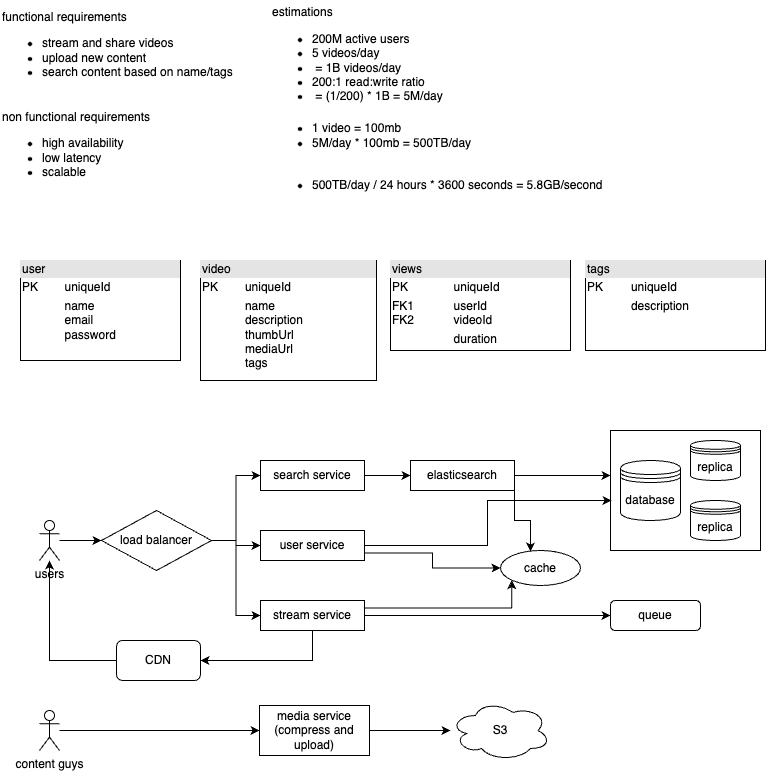
Before: system-designs/netflix.drawio.png, a diagram exported from draw.io (barbs-pm/lld). Source tidied: cells renumbered, new cells last; positions are measured from the earlier drawing's top-left corner, leaving out a move shared by most shapes. Source of this version:
```xml
<mxGraphModel background="#FFFFFF">
  <root>
    <mxCell id="0" />
    <mxCell id="1" parent="0" />
    <mxCell id="2" value="functional requirements&lt;div&gt;&lt;ul&gt;&lt;li&gt;stream and share videos&lt;/li&gt;&lt;li&gt;upload new content&lt;/li&gt;&lt;li&gt;search content based on name/tags&lt;/li&gt;&lt;/ul&gt;&lt;/div&gt;" style="text;html=1;align=left;verticalAlign=middle;strokeColor=none;fillColor=none;" parent="1" vertex="1">
      <mxGeometry width="250" height="100" as="geometry" />
    </mxCell>
    <mxCell id="3" value="non functional requirements&lt;div&gt;&lt;ul&gt;&lt;li&gt;&lt;span style=&quot;background-color: initial;&quot;&gt;high availability&lt;/span&gt;&lt;/li&gt;&lt;li&gt;low latency&lt;/li&gt;&lt;li&gt;scalable&lt;/li&gt;&lt;/ul&gt;&lt;/div&gt;" style="text;html=1;align=left;verticalAlign=middle;strokeColor=none;fillColor=none;" parent="1" vertex="1">
      <mxGeometry y="100" width="170" height="100" as="geometry" />
    </mxCell>
    <mxCell id="4" value="estimations&lt;div&gt;&lt;ul&gt;&lt;li&gt;200M active users&lt;/li&gt;&lt;li&gt;5 videos/day&lt;/li&gt;&lt;li&gt;&amp;nbsp;= 1B videos/day&lt;/li&gt;&lt;li&gt;200:1 read:write ratio&lt;/li&gt;&lt;li&gt;&amp;nbsp;= (1/200) * 1B = 5M/day&lt;/li&gt;&lt;/ul&gt;&lt;/div&gt;" style="text;html=1;align=left;verticalAlign=middle;strokeColor=none;fillColor=none;" parent="1" vertex="1">
      <mxGeometry x="270" width="190" height="120" as="geometry" />
    </mxCell>
    <mxCell id="5" value="&lt;ul&gt;&lt;li&gt;1 video = 100mb&lt;/li&gt;&lt;li&gt;5M/day * 100mb = 500TB/day&lt;br&gt;&lt;/li&gt;&lt;/ul&gt;" style="text;html=1;align=left;verticalAlign=middle;strokeColor=none;fillColor=none;" parent="1" vertex="1">
      <mxGeometry x="270" y="100" width="220" height="70" as="geometry" />
    </mxCell>
    <mxCell id="6" value="&lt;ul&gt;&lt;li&gt;&lt;span style=&quot;background-color: initial;&quot;&gt;500TB/day / 24 hours * 3600 seconds = 5.8GB/second&lt;/span&gt;&lt;/li&gt;&lt;/ul&gt;" style="text;html=1;align=left;verticalAlign=middle;strokeColor=none;fillColor=none;" parent="1" vertex="1">
      <mxGeometry x="270" y="160" width="350" height="50" as="geometry" />
    </mxCell>
    <mxCell id="7" value="&lt;div style=&quot;box-sizing:border-box;width:100%;background:#e4e4e4;padding:2px;&quot;&gt;user&lt;/div&gt;&lt;table style=&quot;width:100%;font-size:1em;&quot; cellpadding=&quot;2&quot; cellspacing=&quot;0&quot;&gt;&lt;tbody&gt;&lt;tr&gt;&lt;td&gt;PK&lt;/td&gt;&lt;td&gt;uniqueId&lt;/td&gt;&lt;/tr&gt;&lt;tr&gt;&lt;td&gt;&lt;br&gt;&lt;/td&gt;&lt;td&gt;name&lt;br&gt;email&lt;br&gt;password&lt;/td&gt;&lt;/tr&gt;&lt;tr&gt;&lt;td&gt;&lt;/td&gt;&lt;td&gt;&lt;br&gt;&lt;/td&gt;&lt;/tr&gt;&lt;/tbody&gt;&lt;/table&gt;" style="verticalAlign=top;align=left;overflow=fill;html=1;whiteSpace=wrap;" parent="1" vertex="1">
      <mxGeometry x="20" y="260" width="160" height="100" as="geometry" />
    </mxCell>
    <mxCell id="8" value="&lt;div style=&quot;box-sizing:border-box;width:100%;background:#e4e4e4;padding:2px;&quot;&gt;video&lt;/div&gt;&lt;table style=&quot;width:100%;font-size:1em;&quot; cellpadding=&quot;2&quot; cellspacing=&quot;0&quot;&gt;&lt;tbody&gt;&lt;tr&gt;&lt;td&gt;PK&lt;/td&gt;&lt;td&gt;uniqueId&lt;/td&gt;&lt;/tr&gt;&lt;tr&gt;&lt;td&gt;&lt;br&gt;&lt;/td&gt;&lt;td&gt;name&lt;br&gt;description&lt;br&gt;thumbUrl&lt;br&gt;mediaUrl&lt;br&gt;tags&lt;br&gt;&lt;br&gt;&lt;/td&gt;&lt;/tr&gt;&lt;tr&gt;&lt;td&gt;&lt;/td&gt;&lt;td&gt;&lt;br&gt;&lt;/td&gt;&lt;/tr&gt;&lt;/tbody&gt;&lt;/table&gt;" style="verticalAlign=top;align=left;overflow=fill;html=1;whiteSpace=wrap;" parent="1" vertex="1">
      <mxGeometry x="200" y="260" width="176" height="120" as="geometry" />
    </mxCell>
    <mxCell id="9" value="&lt;div style=&quot;box-sizing:border-box;width:100%;background:#e4e4e4;padding:2px;&quot;&gt;views&lt;/div&gt;&lt;table style=&quot;width:100%;font-size:1em;&quot; cellpadding=&quot;2&quot; cellspacing=&quot;0&quot;&gt;&lt;tbody&gt;&lt;tr&gt;&lt;td&gt;PK&lt;/td&gt;&lt;td&gt;uniqueId&lt;/td&gt;&lt;/tr&gt;&lt;tr&gt;&lt;td&gt;FK1&lt;br&gt;FK2&lt;/td&gt;&lt;td&gt;userId&lt;br&gt;videoId&lt;/td&gt;&lt;/tr&gt;&lt;tr&gt;&lt;td&gt;&lt;/td&gt;&lt;td&gt;duration&lt;/td&gt;&lt;/tr&gt;&lt;/tbody&gt;&lt;/table&gt;" style="verticalAlign=top;align=left;overflow=fill;html=1;whiteSpace=wrap;" parent="1" vertex="1">
      <mxGeometry x="390" y="260" width="180" height="90" as="geometry" />
    </mxCell>
    <mxCell id="10" value="&lt;div style=&quot;box-sizing:border-box;width:100%;background:#e4e4e4;padding:2px;&quot;&gt;tags&lt;/div&gt;&lt;table style=&quot;width:100%;font-size:1em;&quot; cellpadding=&quot;2&quot; cellspacing=&quot;0&quot;&gt;&lt;tbody&gt;&lt;tr&gt;&lt;td&gt;PK&lt;/td&gt;&lt;td&gt;uniqueId&lt;/td&gt;&lt;/tr&gt;&lt;tr&gt;&lt;td&gt;&lt;br&gt;&lt;/td&gt;&lt;td&gt;description&lt;/td&gt;&lt;/tr&gt;&lt;tr&gt;&lt;td&gt;&lt;/td&gt;&lt;td&gt;&lt;br&gt;&lt;/td&gt;&lt;/tr&gt;&lt;/tbody&gt;&lt;/table&gt;" style="verticalAlign=top;align=left;overflow=fill;html=1;whiteSpace=wrap;" parent="1" vertex="1">
      <mxGeometry x="585" y="260" width="180" height="90" as="geometry" />
    </mxCell>
    <mxCell id="11" style="edgeStyle=orthogonalEdgeStyle;rounded=0;jettySize=auto;html=1;" parent="1" edge="1" source="12" target="16">
      <mxGeometry relative="1" as="geometry" />
    </mxCell>
    <mxCell id="12" value="users" style="shape=umlActor;verticalLabelPosition=bottom;verticalAlign=top;html=1;" parent="1" vertex="1">
      <mxGeometry x="39" y="520" width="20" height="40" as="geometry" />
    </mxCell>
    <mxCell id="13" style="edgeStyle=orthogonalEdgeStyle;rounded=0;jettySize=auto;html=1;exitX=1;exitY=0.5;exitDx=0;exitDy=0;entryX=0;entryY=0.5;entryDx=0;entryDy=0;" parent="1" edge="1" source="16" target="18">
      <mxGeometry relative="1" as="geometry" />
    </mxCell>
    <mxCell id="14" style="edgeStyle=orthogonalEdgeStyle;rounded=0;jettySize=auto;html=1;exitX=1;exitY=0.5;exitDx=0;exitDy=0;" parent="1" edge="1" source="16" target="20">
      <mxGeometry relative="1" as="geometry" />
    </mxCell>
    <mxCell id="15" style="edgeStyle=orthogonalEdgeStyle;rounded=0;jettySize=auto;html=1;exitX=1;exitY=0.5;exitDx=0;exitDy=0;entryX=0;entryY=0.5;entryDx=0;entryDy=0;" parent="1" edge="1" source="16" target="24">
      <mxGeometry relative="1" as="geometry" />
    </mxCell>
    <mxCell id="16" value="load balancer" style="rhombus;whiteSpace=wrap;html=1;verticalAlign=middle;" parent="1" vertex="1">
      <mxGeometry x="101" y="510" width="110" height="60" as="geometry" />
    </mxCell>
    <mxCell id="17" style="edgeStyle=orthogonalEdgeStyle;rounded=0;jettySize=auto;html=1;" parent="1" edge="1" source="18" target="25">
      <mxGeometry relative="1" as="geometry" />
    </mxCell>
    <mxCell id="18" value="search service" style="whiteSpace=wrap;html=1;" parent="1" vertex="1">
      <mxGeometry x="260" y="460" width="104" height="30" as="geometry" />
    </mxCell>
    <mxCell id="19" style="edgeStyle=orthogonalEdgeStyle;rounded=0;jettySize=auto;html=1;exitX=1;exitY=0.75;exitDx=0;exitDy=0;" parent="1" edge="1" source="20" target="32">
      <mxGeometry relative="1" as="geometry" />
    </mxCell>
    <mxCell id="20" value="user service" style="whiteSpace=wrap;html=1;" parent="1" vertex="1">
      <mxGeometry x="260" y="530" width="104" height="30" as="geometry" />
    </mxCell>
    <mxCell id="21" style="edgeStyle=orthogonalEdgeStyle;rounded=0;jettySize=auto;html=1;" parent="1" edge="1" source="24" target="34">
      <mxGeometry relative="1" as="geometry" />
    </mxCell>
    <mxCell id="22" style="edgeStyle=orthogonalEdgeStyle;rounded=0;jettySize=auto;html=1;exitX=1;exitY=0.25;exitDx=0;exitDy=0;entryX=0;entryY=1;entryDx=0;entryDy=0;" parent="1" edge="1" source="24" target="32">
      <mxGeometry relative="1" as="geometry" />
    </mxCell>
    <mxCell id="23" style="edgeStyle=orthogonalEdgeStyle;rounded=0;jettySize=auto;html=1;exitX=0.5;exitY=1;exitDx=0;exitDy=0;entryX=1;entryY=0.5;entryDx=0;entryDy=0;" parent="1" edge="1" source="24" target="42">
      <mxGeometry relative="1" as="geometry" />
    </mxCell>
    <mxCell id="24" value="stream service" style="whiteSpace=wrap;html=1;" parent="1" vertex="1">
      <mxGeometry x="260" y="600" width="104" height="30" as="geometry" />
    </mxCell>
    <mxCell id="25" value="elasticsearch" style="whiteSpace=wrap;html=1;" parent="1" vertex="1">
      <mxGeometry x="410" y="460" width="104" height="30" as="geometry" />
    </mxCell>
    <mxCell id="26" style="html=1;whiteSpace=wrap;" parent="1" vertex="1">
      <mxGeometry x="610" y="430" width="150" height="120" as="geometry" />
    </mxCell>
    <mxCell id="27" value="replica" style="shape=datastore;whiteSpace=wrap;html=1;" parent="1" vertex="1">
      <mxGeometry x="690" y="440" width="50" height="40" as="geometry" />
    </mxCell>
    <mxCell id="28" value="database" style="shape=datastore;whiteSpace=wrap;html=1;" parent="1" vertex="1">
      <mxGeometry x="620" y="460" width="60" height="60" as="geometry" />
    </mxCell>
    <mxCell id="29" value="replica" style="shape=datastore;whiteSpace=wrap;html=1;" parent="1" vertex="1">
      <mxGeometry x="690" y="500" width="50" height="40" as="geometry" />
    </mxCell>
    <mxCell id="30" style="edgeStyle=orthogonalEdgeStyle;rounded=0;jettySize=auto;html=1;exitX=1;exitY=0.5;exitDx=0;exitDy=0;entryX=0;entryY=0.375;entryDx=0;entryDy=0;entryPerimeter=0;" parent="1" edge="1" source="25" target="26">
      <mxGeometry relative="1" as="geometry" />
    </mxCell>
    <mxCell id="31" style="edgeStyle=orthogonalEdgeStyle;rounded=0;jettySize=auto;html=1;exitX=1;exitY=0.5;exitDx=0;exitDy=0;entryX=0.007;entryY=0.583;entryDx=0;entryDy=0;entryPerimeter=0;" parent="1" edge="1" source="20" target="26">
      <mxGeometry relative="1" as="geometry" />
    </mxCell>
    <mxCell id="32" value="cache" style="ellipse;whiteSpace=wrap;html=1;align=center;" parent="1" vertex="1">
      <mxGeometry x="500" y="550" width="80" height="35" as="geometry" />
    </mxCell>
    <mxCell id="33" value="S3" style="ellipse;shape=cloud;whiteSpace=wrap;html=1;align=center;" parent="1" vertex="1">
      <mxGeometry x="450" y="700" width="100" height="60" as="geometry" />
    </mxCell>
    <mxCell id="34" value="queue" style="rounded=1;whiteSpace=wrap;html=1;" parent="1" vertex="1">
      <mxGeometry x="610" y="600" width="90" height="30" as="geometry" />
    </mxCell>
    <mxCell id="35" style="edgeStyle=orthogonalEdgeStyle;rounded=0;jettySize=auto;html=1;" parent="1" edge="1" source="36" target="33">
      <mxGeometry relative="1" as="geometry" />
    </mxCell>
    <mxCell id="36" value="media service (compress and upload)" style="whiteSpace=wrap;html=1;" parent="1" vertex="1">
      <mxGeometry x="259" y="705" width="110" height="50" as="geometry" />
    </mxCell>
    <mxCell id="37" style="edgeStyle=orthogonalEdgeStyle;rounded=0;jettySize=auto;html=1;" parent="1" edge="1" source="38" target="36">
      <mxGeometry relative="1" as="geometry" />
    </mxCell>
    <mxCell id="38" value="content guys" style="shape=umlActor;verticalLabelPosition=bottom;verticalAlign=top;html=1;" parent="1" vertex="1">
      <mxGeometry x="39" y="710" width="20" height="40" as="geometry" />
    </mxCell>
    <mxCell id="39" style="edgeStyle=orthogonalEdgeStyle;rounded=0;jettySize=auto;html=1;exitX=1;exitY=1;exitDx=0;exitDy=0;entryX=0.375;entryY=0.029;entryDx=0;entryDy=0;entryPerimeter=0;" parent="1" edge="1" source="25" target="32">
      <mxGeometry relative="1" as="geometry" />
    </mxCell>
    <mxCell id="40" style="edgeStyle=orthogonalEdgeStyle;rounded=0;orthogonalLoop=1;jettySize=auto;html=1;exitX=0.5;exitY=1;exitDx=0;exitDy=0;" parent="1" edge="1" source="24" target="24">
      <mxGeometry relative="1" as="geometry" />
    </mxCell>
    <mxCell id="41" style="edgeStyle=orthogonalEdgeStyle;rounded=0;jettySize=auto;html=1;exitX=0;exitY=0.5;exitDx=0;exitDy=0;" parent="1" edge="1" source="42" target="12">
      <mxGeometry relative="1" as="geometry" />
    </mxCell>
    <mxCell id="42" value="CDN" style="rounded=1;whiteSpace=wrap;html=1;" parent="1" vertex="1">
      <mxGeometry x="116" y="640" width="84" height="40" as="geometry" />
    </mxCell>
  </root>
</mxGraphModel>
```
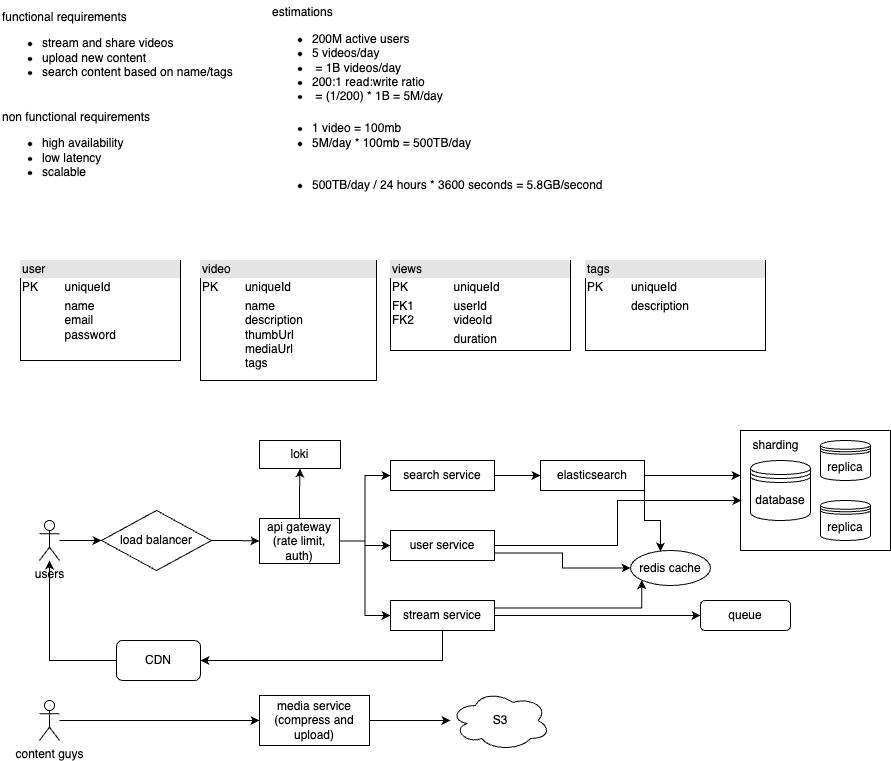
After the commit.

Commit message:
:sparkles: add loki + sharding

The edit, as a diff of the source:
```diff
@@ -35,15 +35,9 @@
     <mxCell id="12" value="users" style="shape=umlActor;verticalLabelPosition=bottom;verticalAlign=top;html=1;" parent="1" vertex="1">
       <mxGeometry x="39" y="520" width="20" height="40" as="geometry" />
     </mxCell>
-    <mxCell id="13" style="edgeStyle=orthogonalEdgeStyle;rounded=0;jettySize=auto;html=1;exitX=1;exitY=0.5;exitDx=0;exitDy=0;entryX=0;entryY=0.5;entryDx=0;entryDy=0;" parent="1" edge="1" source="16" target="18">
-      <mxGeometry relative="1" as="geometry" />
-    </mxCell>
-    <mxCell id="14" style="edgeStyle=orthogonalEdgeStyle;rounded=0;jettySize=auto;html=1;exitX=1;exitY=0.5;exitDx=0;exitDy=0;" parent="1" edge="1" source="16" target="20">
-      <mxGeometry relative="1" as="geometry" />
-    </mxCell>
-    <mxCell id="15" style="edgeStyle=orthogonalEdgeStyle;rounded=0;jettySize=auto;html=1;exitX=1;exitY=0.5;exitDx=0;exitDy=0;entryX=0;entryY=0.5;entryDx=0;entryDy=0;" parent="1" edge="1" source="16" target="24">
-      <mxGeometry relative="1" as="geometry" />
-    </mxCell>
+    <mxCell id="43" style="edgeStyle=orthogonalEdgeStyle;rounded=0;jettySize=auto;html=1;" parent="1" edge="1" source="16" target="48">
+      <mxGeometry relative="1" as="geometry" />
+    </mxCell>
     <mxCell id="16" value="load balancer" style="rhombus;whiteSpace=wrap;html=1;verticalAlign=middle;" parent="1" vertex="1">
       <mxGeometry x="101" y="510" width="110" height="60" as="geometry" />
     </mxCell>
@@ -51,13 +45,13 @@
       <mxGeometry relative="1" as="geometry" />
     </mxCell>
     <mxCell id="18" value="search service" style="whiteSpace=wrap;html=1;" parent="1" vertex="1">
-      <mxGeometry x="260" y="460" width="104" height="30" as="geometry" />
+      <mxGeometry x="390" y="460" width="104" height="30" as="geometry" />
     </mxCell>
     <mxCell id="19" style="edgeStyle=orthogonalEdgeStyle;rounded=0;jettySize=auto;html=1;exitX=1;exitY=0.75;exitDx=0;exitDy=0;" parent="1" edge="1" source="20" target="32">
       <mxGeometry relative="1" as="geometry" />
     </mxCell>
     <mxCell id="20" value="user service" style="whiteSpace=wrap;html=1;" parent="1" vertex="1">
-      <mxGeometry x="260" y="530" width="104" height="30" as="geometry" />
+      <mxGeometry x="390" y="530" width="104" height="30" as="geometry" />
     </mxCell>
     <mxCell id="21" style="edgeStyle=orthogonalEdgeStyle;rounded=0;jettySize=auto;html=1;" parent="1" edge="1" source="24" target="34">
       <mxGeometry relative="1" as="geometry" />
@@ -69,22 +63,22 @@
       <mxGeometry relative="1" as="geometry" />
     </mxCell>
     <mxCell id="24" value="stream service" style="whiteSpace=wrap;html=1;" parent="1" vertex="1">
-      <mxGeometry x="260" y="600" width="104" height="30" as="geometry" />
+      <mxGeometry x="390" y="600" width="104" height="30" as="geometry" />
     </mxCell>
     <mxCell id="25" value="elasticsearch" style="whiteSpace=wrap;html=1;" parent="1" vertex="1">
-      <mxGeometry x="410" y="460" width="104" height="30" as="geometry" />
+      <mxGeometry x="540" y="460" width="104" height="30" as="geometry" />
     </mxCell>
     <mxCell id="26" style="html=1;whiteSpace=wrap;" parent="1" vertex="1">
-      <mxGeometry x="610" y="430" width="150" height="120" as="geometry" />
+      <mxGeometry x="740" y="430" width="150" height="120" as="geometry" />
     </mxCell>
     <mxCell id="27" value="replica" style="shape=datastore;whiteSpace=wrap;html=1;" parent="1" vertex="1">
-      <mxGeometry x="690" y="440" width="50" height="40" as="geometry" />
+      <mxGeometry x="820" y="440" width="50" height="40" as="geometry" />
     </mxCell>
     <mxCell id="28" value="database" style="shape=datastore;whiteSpace=wrap;html=1;" parent="1" vertex="1">
-      <mxGeometry x="620" y="460" width="60" height="60" as="geometry" />
+      <mxGeometry x="750" y="460" width="60" height="60" as="geometry" />
     </mxCell>
     <mxCell id="29" value="replica" style="shape=datastore;whiteSpace=wrap;html=1;" parent="1" vertex="1">
-      <mxGeometry x="690" y="500" width="50" height="40" as="geometry" />
+      <mxGeometry x="820" y="500" width="50" height="40" as="geometry" />
     </mxCell>
     <mxCell id="30" style="edgeStyle=orthogonalEdgeStyle;rounded=0;jettySize=auto;html=1;exitX=1;exitY=0.5;exitDx=0;exitDy=0;entryX=0;entryY=0.375;entryDx=0;entryDy=0;entryPerimeter=0;" parent="1" edge="1" source="25" target="26">
       <mxGeometry relative="1" as="geometry" />
@@ -92,26 +86,26 @@
     <mxCell id="31" style="edgeStyle=orthogonalEdgeStyle;rounded=0;jettySize=auto;html=1;exitX=1;exitY=0.5;exitDx=0;exitDy=0;entryX=0.007;entryY=0.583;entryDx=0;entryDy=0;entryPerimeter=0;" parent="1" edge="1" source="20" target="26">
       <mxGeometry relative="1" as="geometry" />
     </mxCell>
-    <mxCell id="32" value="cache" style="ellipse;whiteSpace=wrap;html=1;align=center;" parent="1" vertex="1">
-      <mxGeometry x="500" y="550" width="80" height="35" as="geometry" />
+    <mxCell id="32" value="redis cache" style="ellipse;whiteSpace=wrap;html=1;align=center;" parent="1" vertex="1">
+      <mxGeometry x="630" y="550" width="80" height="35" as="geometry" />
     </mxCell>
     <mxCell id="33" value="S3" style="ellipse;shape=cloud;whiteSpace=wrap;html=1;align=center;" parent="1" vertex="1">
-      <mxGeometry x="450" y="700" width="100" height="60" as="geometry" />
+      <mxGeometry x="450" y="690" width="100" height="60" as="geometry" />
     </mxCell>
     <mxCell id="34" value="queue" style="rounded=1;whiteSpace=wrap;html=1;" parent="1" vertex="1">
-      <mxGeometry x="610" y="600" width="90" height="30" as="geometry" />
+      <mxGeometry x="700" y="600" width="90" height="30" as="geometry" />
     </mxCell>
     <mxCell id="35" style="edgeStyle=orthogonalEdgeStyle;rounded=0;jettySize=auto;html=1;" parent="1" edge="1" source="36" target="33">
       <mxGeometry relative="1" as="geometry" />
     </mxCell>
     <mxCell id="36" value="media service (compress and upload)" style="whiteSpace=wrap;html=1;" parent="1" vertex="1">
-      <mxGeometry x="259" y="705" width="110" height="50" as="geometry" />
+      <mxGeometry x="259" y="695" width="110" height="50" as="geometry" />
     </mxCell>
     <mxCell id="37" style="edgeStyle=orthogonalEdgeStyle;rounded=0;jettySize=auto;html=1;" parent="1" edge="1" source="38" target="36">
       <mxGeometry relative="1" as="geometry" />
     </mxCell>
     <mxCell id="38" value="content guys" style="shape=umlActor;verticalLabelPosition=bottom;verticalAlign=top;html=1;" parent="1" vertex="1">
-      <mxGeometry x="39" y="710" width="20" height="40" as="geometry" />
+      <mxGeometry x="39" y="700" width="20" height="40" as="geometry" />
     </mxCell>
     <mxCell id="39" style="edgeStyle=orthogonalEdgeStyle;rounded=0;jettySize=auto;html=1;exitX=1;exitY=1;exitDx=0;exitDy=0;entryX=0.375;entryY=0.029;entryDx=0;entryDy=0;entryPerimeter=0;" parent="1" edge="1" source="25" target="32">
       <mxGeometry relative="1" as="geometry" />
@@ -125,5 +119,26 @@
     <mxCell id="42" value="CDN" style="rounded=1;whiteSpace=wrap;html=1;" parent="1" vertex="1">
       <mxGeometry x="116" y="640" width="84" height="40" as="geometry" />
     </mxCell>
+    <mxCell id="44" style="edgeStyle=orthogonalEdgeStyle;rounded=0;jettySize=auto;html=1;" parent="1" edge="1" source="48" target="49">
+      <mxGeometry relative="1" as="geometry" />
+    </mxCell>
+    <mxCell id="45" style="edgeStyle=orthogonalEdgeStyle;rounded=0;jettySize=auto;html=1;exitX=1;exitY=0.5;exitDx=0;exitDy=0;entryX=0;entryY=0.5;entryDx=0;entryDy=0;" parent="1" edge="1" source="48" target="18">
+      <mxGeometry relative="1" as="geometry" />
+    </mxCell>
+    <mxCell id="46" style="edgeStyle=orthogonalEdgeStyle;rounded=0;jettySize=auto;html=1;exitX=1;exitY=0.5;exitDx=0;exitDy=0;" parent="1" edge="1" source="48" target="20">
+      <mxGeometry relative="1" as="geometry" />
+    </mxCell>
+    <mxCell id="47" style="edgeStyle=orthogonalEdgeStyle;rounded=0;jettySize=auto;html=1;exitX=1;exitY=0.5;exitDx=0;exitDy=0;entryX=0;entryY=0.5;entryDx=0;entryDy=0;" parent="1" edge="1" source="48" target="24">
+      <mxGeometry relative="1" as="geometry" />
+    </mxCell>
+    <mxCell id="48" value="api gateway&lt;br&gt;(rate limit, auth)" style="whiteSpace=wrap;html=1;" parent="1" vertex="1">
+      <mxGeometry x="259" y="518" width="80" height="45" as="geometry" />
+    </mxCell>
+    <mxCell id="49" value="loki" style="whiteSpace=wrap;html=1;" parent="1" vertex="1">
+      <mxGeometry x="259" y="440" width="81" height="28" as="geometry" />
+    </mxCell>
+    <mxCell id="50" value="sharding" style="text;html=1;align=center;verticalAlign=middle;strokeColor=none;fillColor=none;" parent="1" vertex="1">
+      <mxGeometry x="740" y="430" width="70" height="30" as="geometry" />
+    </mxCell>
   </root>
 </mxGraphModel>
```
